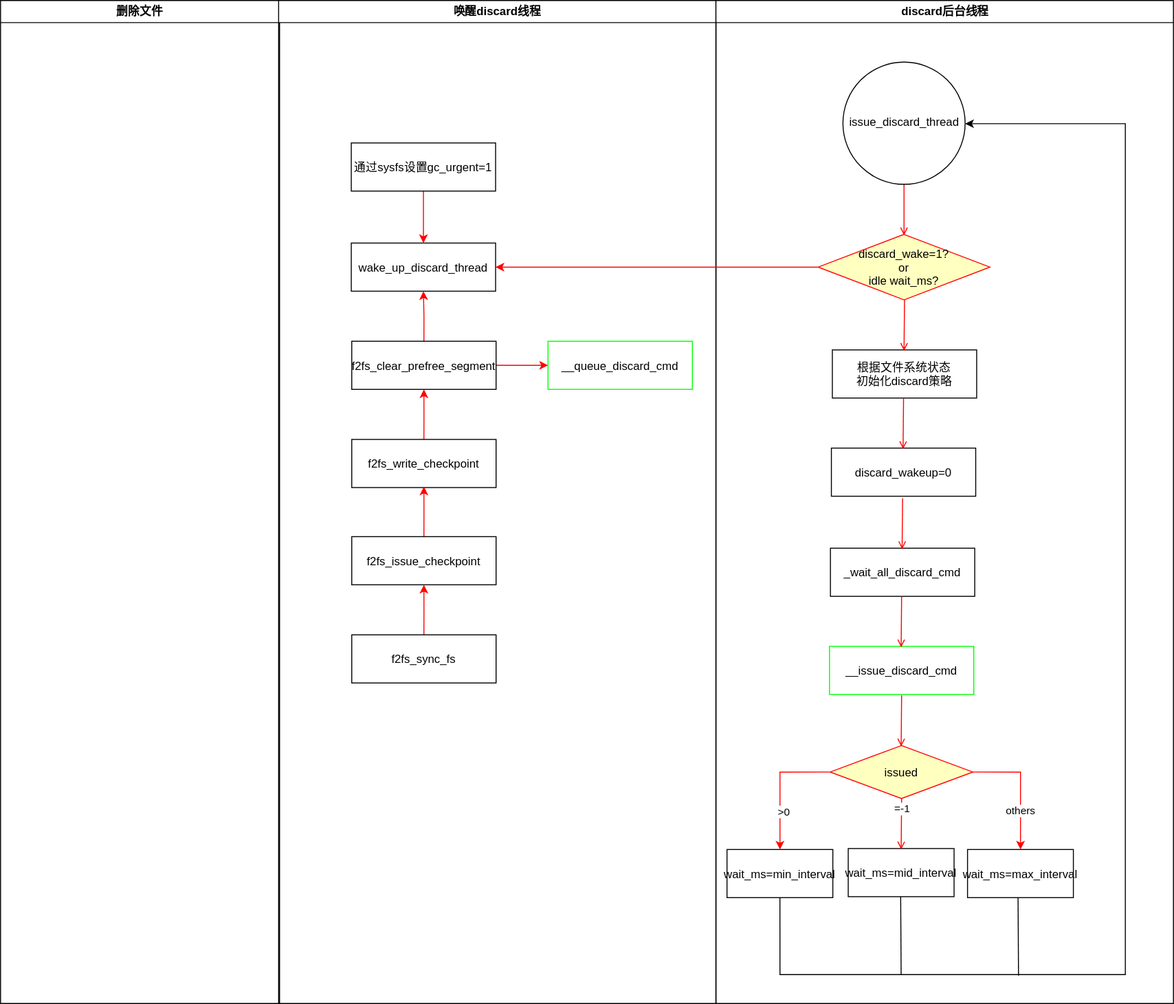
Before: f2fs_discard流程图.drawio.svg, a diagram exported from draw.io (lz111676/Drawing-Bed). Source tidied: cells renumbered, new cells last; positions are measured from the earlier drawing's top-left corner, leaving out a move shared by most shapes.
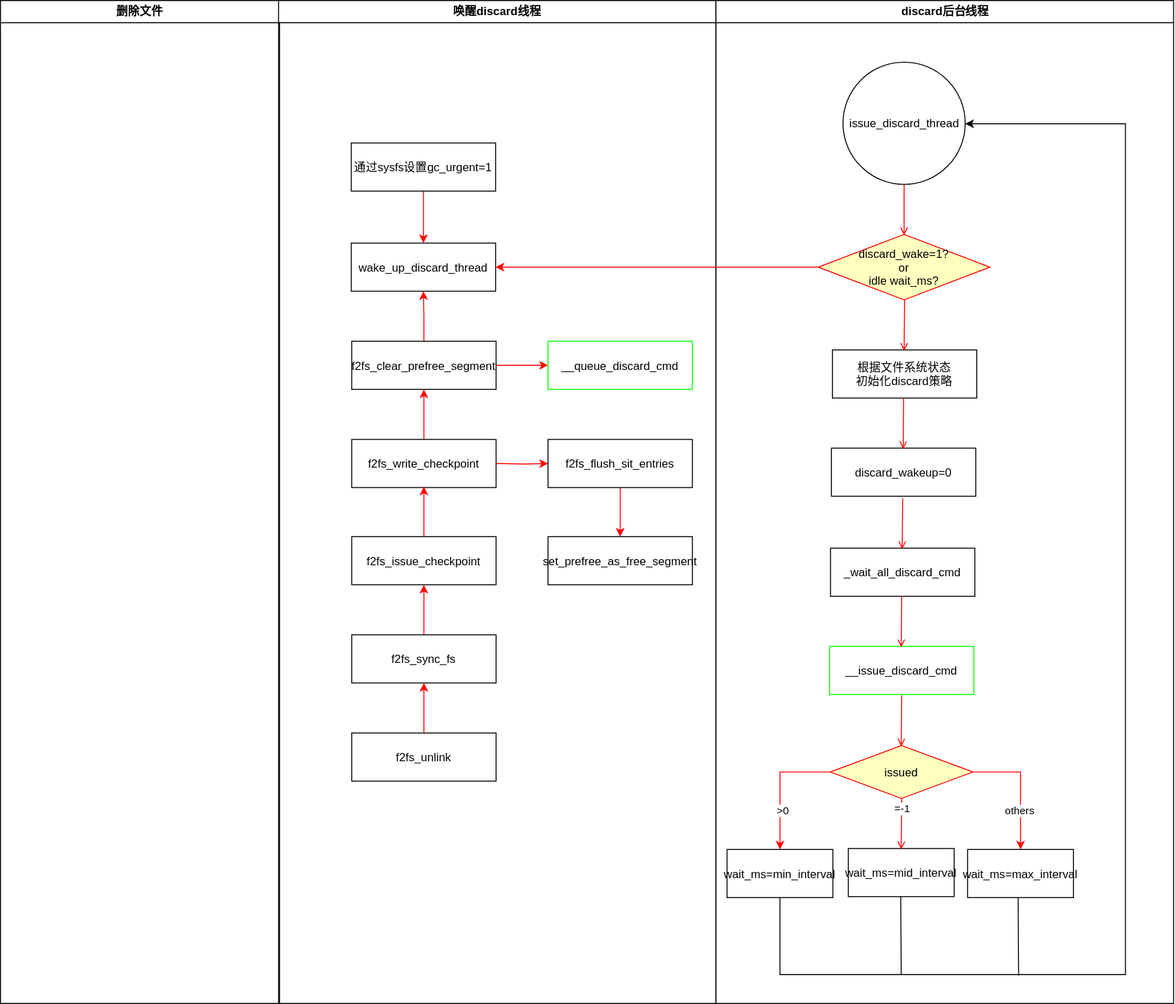
Above is the later version.

Commit message:
更新f2fs_discard流程图.drawio.svg

What changed in the source:
```diff
@@ -167,5 +167,27 @@
     <mxCell id="43" value="__queue_discard_cmd" style="strokeColor=#00FF00;" parent="1" vertex="1">
       <mxGeometry x="569" y="354" width="150" height="50" as="geometry" />
     </mxCell>
+    <mxCell id="44" style="edgeStyle=orthogonalEdgeStyle;rounded=0;jettySize=auto;html=1;exitX=1;exitY=0.5;exitDx=0;exitDy=0;entryX=0;entryY=0.5;entryDx=0;entryDy=0;strokeColor=#FF0000;" parent="1" edge="1" target="46">
+      <mxGeometry relative="1" as="geometry">
+        <mxPoint x="515" y="481" as="sourcePoint" />
+      </mxGeometry>
+    </mxCell>
+    <mxCell id="45" style="edgeStyle=orthogonalEdgeStyle;rounded=0;jettySize=auto;html=1;exitX=0.5;exitY=1;exitDx=0;exitDy=0;entryX=0.5;entryY=0;entryDx=0;entryDy=0;strokeColor=#FF0000;" parent="1" edge="1" source="46" target="47">
+      <mxGeometry relative="1" as="geometry" />
+    </mxCell>
+    <mxCell id="46" value="f2fs_flush_sit_entries" parent="1" vertex="1">
+      <mxGeometry x="569" y="456" width="150" height="50" as="geometry" />
+    </mxCell>
+    <mxCell id="47" value="set_prefree_as_free_segment" parent="1" vertex="1">
+      <mxGeometry x="569" y="557" width="150" height="50" as="geometry" />
+    </mxCell>
+    <mxCell id="48" style="edgeStyle=orthogonalEdgeStyle;rounded=0;jettySize=auto;html=1;exitX=0.5;exitY=0;exitDx=0;exitDy=0;entryX=0.5;entryY=1;entryDx=0;entryDy=0;strokeColor=#FF0000;" parent="1" edge="1" source="49">
+      <mxGeometry relative="1" as="geometry">
+        <mxPoint x="440" y="709" as="targetPoint" />
+      </mxGeometry>
+    </mxCell>
+    <mxCell id="49" value="f2fs_unlink" parent="1" vertex="1">
+      <mxGeometry x="365" y="761" width="150" height="50" as="geometry" />
+    </mxCell>
   </root>
 </mxGraphModel>
```
